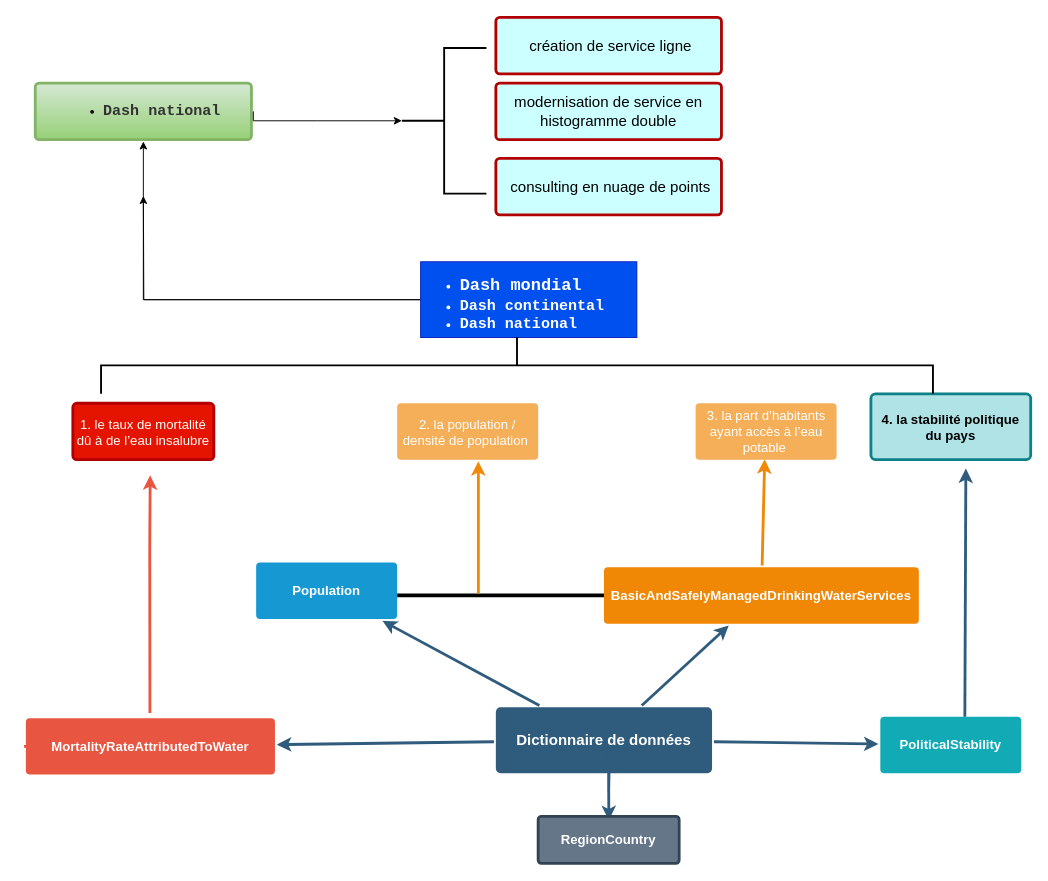
Above: .github/workflows/Untitled Diagram.drawio in louzhixin/bootstrap (draw.io), before the change. Source tidied: cells renumbered, new cells numbered last; positions are measured from the earlier drawing's top-left corner, leaving out a move shared by most shapes. Both pictures are drawn from the tidied source at 94%, with x=0, y=0 at pixel (25, 17).
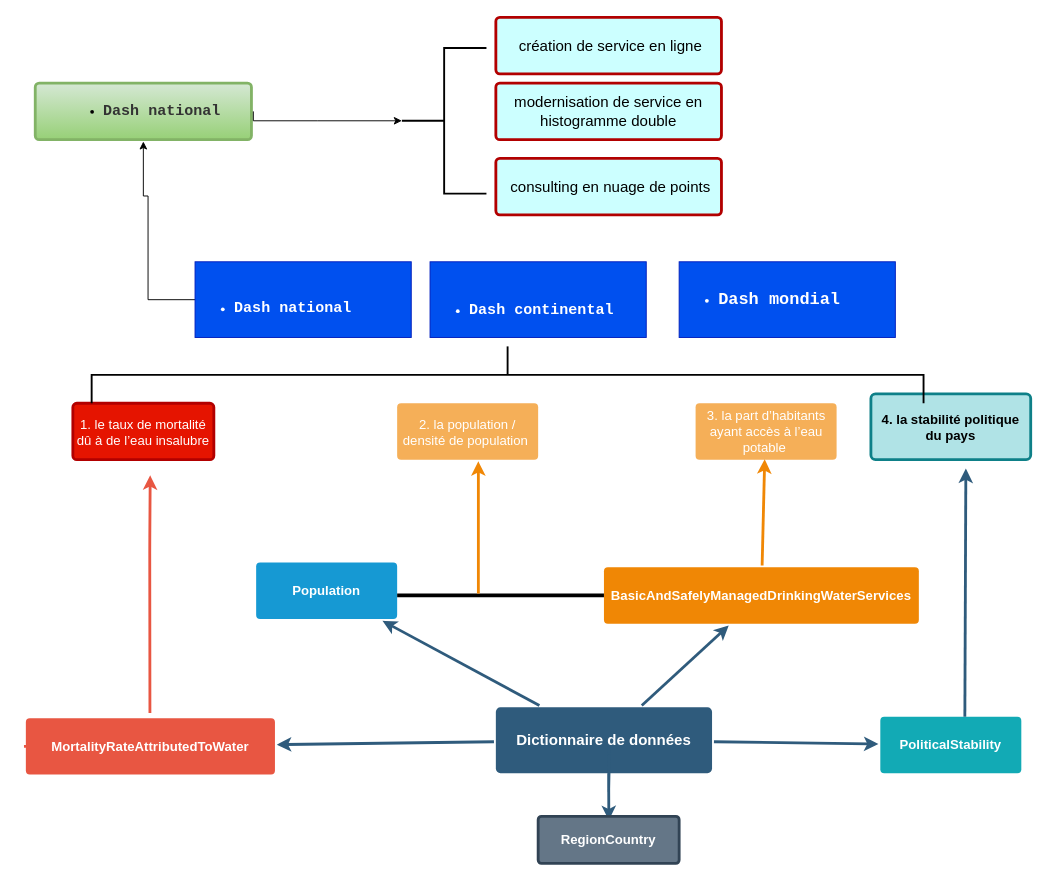
Above is the later version.

The change refers to these unchanged cells:
```xml
<mxCell id="25" value="&lt;ul style=&quot;font-size: 12px ; text-align: left&quot;&gt;&lt;li&gt;&lt;span id=&quot;docs-internal-guid-a96f0c7e-7fff-f5a6-9407-e30a12a7a160&quot;&gt;&lt;span style=&quot;font-family: &amp;#34;courier new&amp;#34; ; background-color: transparent ; vertical-align: baseline&quot;&gt;&lt;font size=&quot;3&quot; color=&quot;#333333&quot;&gt;&lt;b&gt;Dash national&lt;/b&gt;&lt;/font&gt;&lt;/span&gt;&lt;/span&gt;&lt;/li&gt;&lt;/ul&gt;" style="rounded=1;whiteSpace=wrap;html=1;shadow=0;labelBackgroundColor=none;strokeWidth=3;fillColor=#d5e8d4;fontFamily=Helvetica;fontSize=14;align=center;spacing=5;arcSize=7;perimeterSpacing=2;gradientColor=#97d077;strokeColor=#82b366;" parent="1" vertex="1">
  <mxGeometry x="10" y="70" width="230" height="60" as="geometry" />
</mxCell>
```

Change to the diagram source:
```diff
@@
-    <mxCell id="22" style="edgeStyle=orthogonalEdgeStyle;rounded=0;jettySize=auto;html=1;fontSize=18;" parent="1" edge="1" source="24">
+    <mxCell id="22" style="edgeStyle=orthogonalEdgeStyle;rounded=0;jettySize=auto;html=1;fontSize=18;entryX=0.5;entryY=1;entryDx=0;entryDy=0;" parent="1" edge="1" source="24" target="25">
       <mxGeometry relative="1" as="geometry">
-        <mxPoint x="125" y="190" as="targetPoint" />
+        <Array as="points">
+          <mxPoint x="130" y="300" />
+          <mxPoint x="130" y="190" />
+          <mxPoint x="125" y="190" />
+        </Array>
       </mxGeometry>
     </mxCell>
-    <mxCell id="23" style="edgeStyle=orthogonalEdgeStyle;rounded=0;jettySize=auto;html=1;fontSize=18;fontColor=#B5739D;entryX=0.5;entryY=1;entryDx=0;entryDy=0;" parent="1" edge="1" source="24" target="25">
-      <mxGeometry relative="1" as="geometry" />
-    </mxCell>
-    <mxCell id="24" value="&lt;ul&gt;&lt;li&gt;&lt;font style=&quot;font-size: 18px&quot;&gt;&lt;b&gt;&lt;span id=&quot;docs-internal-guid-63e0c139-7fff-4fa7-c3d6-cd8b07c6e42c&quot;&gt;&lt;span style=&quot;font-family: &amp;#34;courier new&amp;#34; ; background-color: transparent ; vertical-align: baseline&quot;&gt;Dash mondial&lt;/span&gt;&lt;/span&gt;&lt;br&gt;&lt;/b&gt;&lt;/font&gt;&lt;/li&gt;&lt;li&gt;&lt;font size=&quot;3&quot;&gt;&lt;b&gt;&lt;span id=&quot;docs-internal-guid-dc1c070a-7fff-9577-5b31-1ad5c942e404&quot;&gt;&lt;span style=&quot;font-family: &amp;#34;courier new&amp;#34; ; background-color: transparent ; vertical-align: baseline&quot;&gt;Dash continental&lt;/span&gt;&lt;/span&gt;&lt;br&gt;&lt;/b&gt;&lt;/font&gt;&lt;/li&gt;&lt;li&gt;&lt;span id=&quot;docs-internal-guid-a96f0c7e-7fff-f5a6-9407-e30a12a7a160&quot;&gt;&lt;span style=&quot;font-family: &amp;#34;courier new&amp;#34; ; background-color: transparent ; vertical-align: baseline&quot;&gt;&lt;font size=&quot;3&quot;&gt;&lt;b&gt;Dash national&lt;/b&gt;&lt;/font&gt;&lt;/span&gt;&lt;/span&gt;&lt;br&gt;&lt;/li&gt;&lt;/ul&gt;" style="text;strokeColor=#001DBC;fillColor=#0050ef;html=1;whiteSpace=wrap;verticalAlign=middle;overflow=hidden;fontColor=#ffffff;" parent="1" vertex="1">
-      <mxGeometry x="420" y="260" width="230" height="80.5" as="geometry" />
+    <mxCell id="24" value="&lt;div&gt;&lt;font face=&quot;courier new&quot; size=&quot;3&quot;&gt;&lt;b&gt;&lt;br&gt;&lt;/b&gt;&lt;/font&gt;&lt;/div&gt;&lt;ul&gt;&lt;li&gt;&lt;span id=&quot;docs-internal-guid-a96f0c7e-7fff-f5a6-9407-e30a12a7a160&quot;&gt;&lt;span style=&quot;font-family: &amp;#34;courier new&amp;#34; ; background-color: transparent ; vertical-align: baseline&quot;&gt;&lt;font size=&quot;3&quot;&gt;&lt;b&gt;Dash national&lt;/b&gt;&lt;/font&gt;&lt;/span&gt;&lt;/span&gt;&lt;br&gt;&lt;/li&gt;&lt;/ul&gt;" style="text;strokeColor=#001DBC;fillColor=#0050ef;html=1;whiteSpace=wrap;verticalAlign=middle;overflow=hidden;fontColor=#ffffff;" parent="1" vertex="1">
+      <mxGeometry x="180" y="260" width="230" height="80.5" as="geometry" />
     </mxCell>
@@
-    <mxCell id="27" value="&lt;span id=&quot;docs-internal-guid-3d5bd82d-7fff-8852-7b63-7e09260d47e0&quot;&gt;&lt;span style=&quot;font-size: 12pt ; font-family: &amp;#34;arial&amp;#34; ; color: rgb(0 , 0 , 0) ; background-color: transparent ; vertical-align: baseline&quot;&gt;&amp;nbsp;création de service ligne&lt;/span&gt;&lt;/span&gt;" style="rounded=1;whiteSpace=wrap;html=1;shadow=0;labelBackgroundColor=none;strokeColor=#B20000;strokeWidth=3;fillColor=#CCFFFF;fontFamily=Helvetica;fontSize=14;fontColor=#ffffff;align=center;spacing=5;arcSize=7;perimeterSpacing=2;" parent="1" vertex="1">
+    <mxCell id="27" value="&lt;span id=&quot;docs-internal-guid-3d5bd82d-7fff-8852-7b63-7e09260d47e0&quot;&gt;&lt;span style=&quot;font-size: 12pt ; font-family: &amp;#34;arial&amp;#34; ; color: rgb(0 , 0 , 0) ; background-color: transparent ; vertical-align: baseline&quot;&gt;&amp;nbsp;création de service en ligne&lt;/span&gt;&lt;/span&gt;" style="rounded=1;whiteSpace=wrap;html=1;shadow=0;labelBackgroundColor=none;strokeColor=#B20000;strokeWidth=3;fillColor=#CCFFFF;fontFamily=Helvetica;fontSize=14;fontColor=#ffffff;align=center;spacing=5;arcSize=7;perimeterSpacing=2;" parent="1" vertex="1">
       <mxGeometry x="500" width="240" height="60" as="geometry" />
     </mxCell>
@@
     <mxCell id="31" style="strokeWidth=2;html=1;shape=mxgraph.flowchart.annotation_2;align=left;labelPosition=right;labelBackgroundColor=#9999FF;fontSize=18;fontColor=#333333;fillColor=#CCFFFF;direction=south;" parent="1" vertex="1">
-      <mxGeometry x="80" y="340" width="885" height="60.5" as="geometry" />
+      <mxGeometry x="70" y="350" width="885" height="60.5" as="geometry" />
     </mxCell>
@@
+    <mxCell id="33" value="&lt;div&gt;&lt;font face=&quot;courier new&quot;&gt;&lt;span style=&quot;font-size: 18px&quot;&gt;&lt;b&gt;&lt;br&gt;&lt;/b&gt;&lt;/span&gt;&lt;/font&gt;&lt;/div&gt;&lt;ul&gt;&lt;li&gt;&lt;font size=&quot;3&quot;&gt;&lt;b&gt;&lt;span id=&quot;docs-internal-guid-dc1c070a-7fff-9577-5b31-1ad5c942e404&quot;&gt;&lt;span style=&quot;font-family: &amp;#34;courier new&amp;#34; ; background-color: transparent ; vertical-align: baseline&quot;&gt;Dash continental&lt;/span&gt;&lt;/span&gt;&lt;/b&gt;&lt;/font&gt;&lt;/li&gt;&lt;/ul&gt;" style="text;strokeColor=#001DBC;fillColor=#0050ef;html=1;whiteSpace=wrap;verticalAlign=middle;overflow=hidden;fontColor=#ffffff;" parent="1" vertex="1">
+      <mxGeometry x="430" y="260" width="230" height="80.5" as="geometry" />
+    </mxCell>
+    <mxCell id="34" value="&lt;ul&gt;&lt;li&gt;&lt;font style=&quot;font-size: 18px&quot;&gt;&lt;b&gt;&lt;span id=&quot;docs-internal-guid-63e0c139-7fff-4fa7-c3d6-cd8b07c6e42c&quot;&gt;&lt;span style=&quot;font-family: &amp;#34;courier new&amp;#34; ; background-color: transparent ; vertical-align: baseline&quot;&gt;Dash mondial&lt;/span&gt;&lt;/span&gt;&lt;/b&gt;&lt;/font&gt;&lt;/li&gt;&lt;/ul&gt;" style="text;strokeColor=#001DBC;fillColor=#0050ef;html=1;whiteSpace=wrap;verticalAlign=middle;overflow=hidden;fontColor=#ffffff;" parent="1" vertex="1">
+      <mxGeometry x="695" y="260" width="230" height="80.5" as="geometry" />
+    </mxCell>
```
